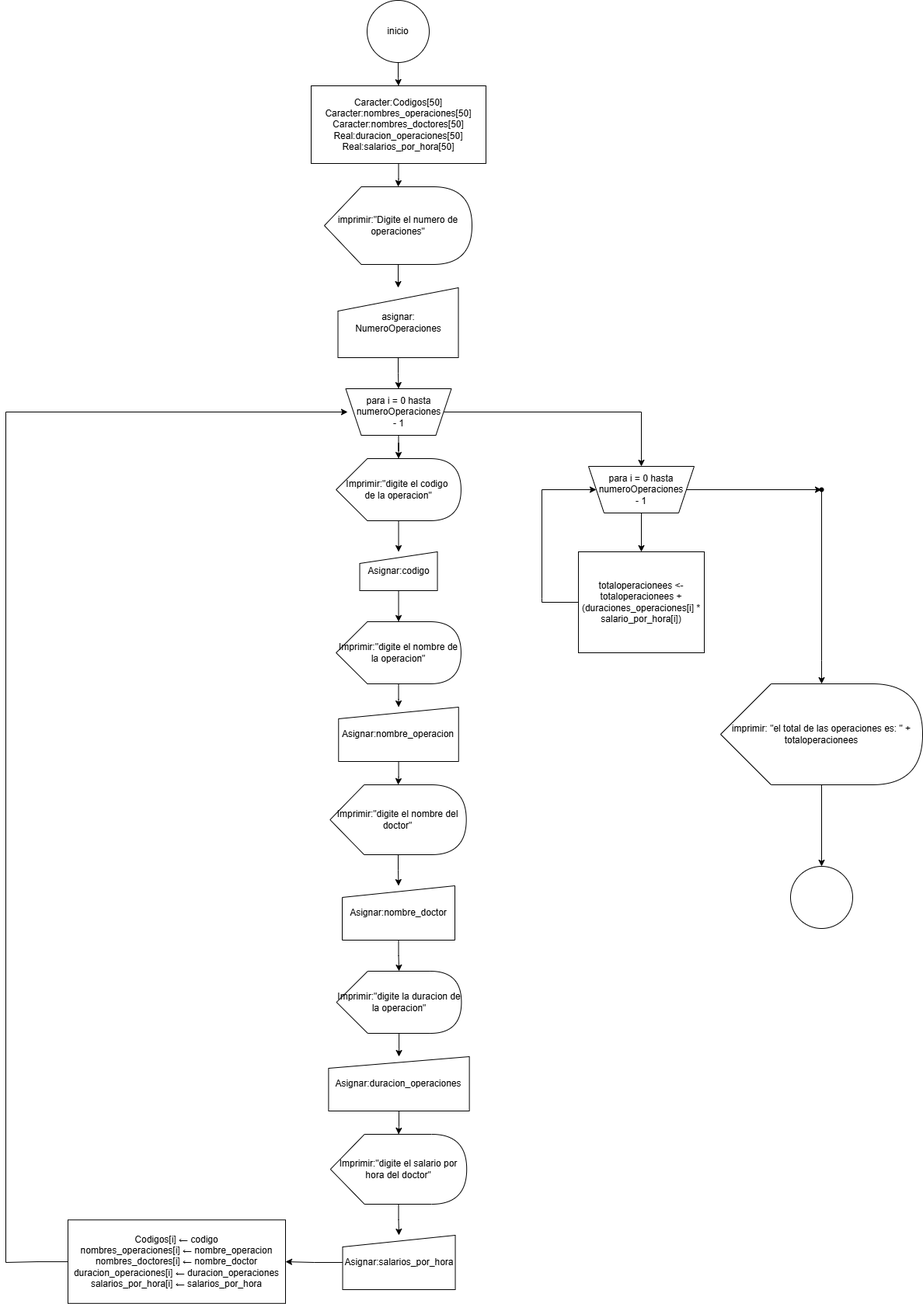
Above: Diagrama_diseño_software.drawio.png in ManuelFelipeMedina/desarollo_de_software (draw.io), before the change. Source tidied: cells renumbered, new cells last; positions are measured from the earlier drawing's top-left corner, leaving out a move shared by most shapes.
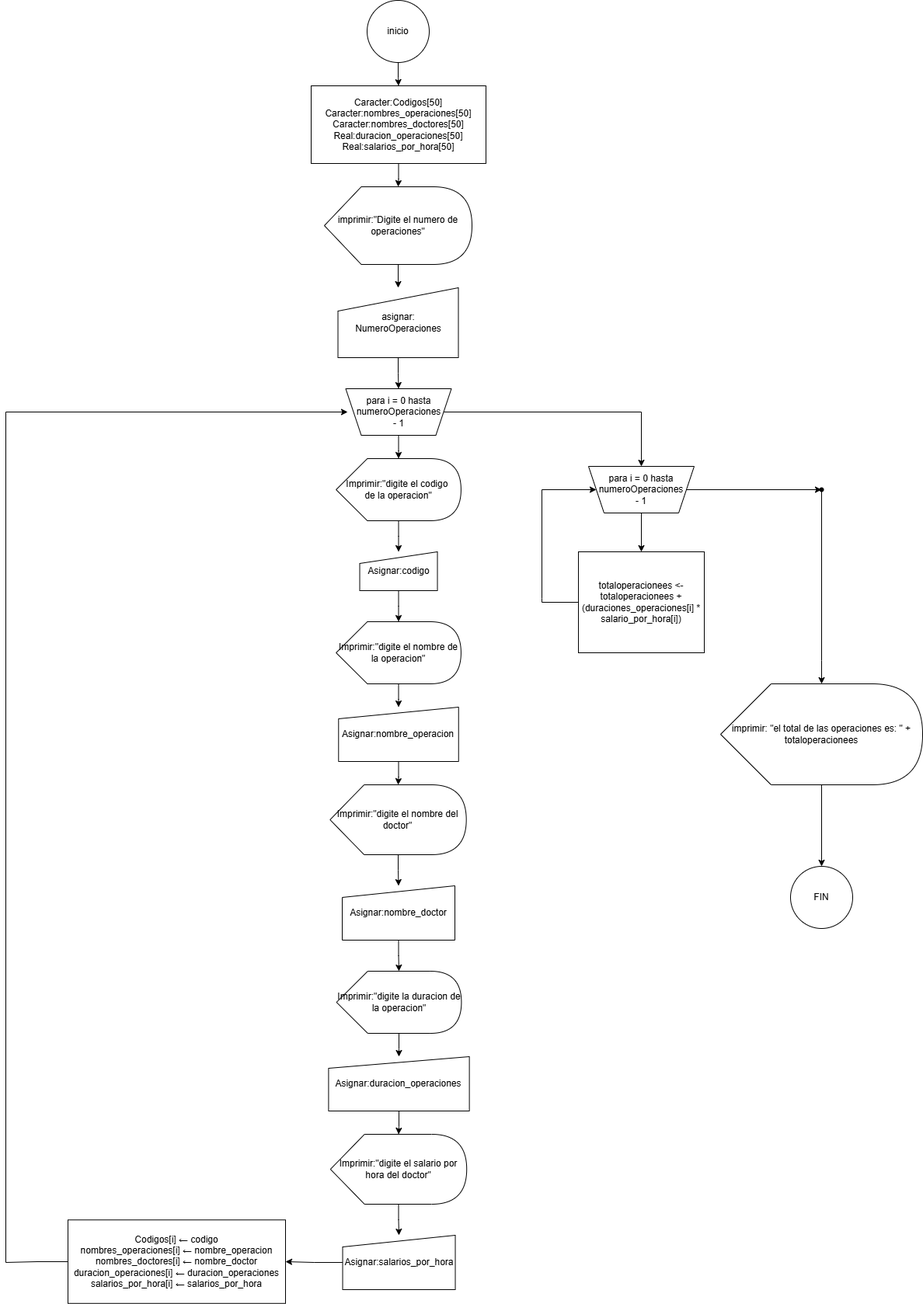
The same file after the commit.

Change to the diagram source:
```diff
@@ -179,7 +179,7 @@
         <mxPoint x="440" y="530" as="targetPoint" />
       </mxGeometry>
     </mxCell>
-    <mxCell id="52" style="ellipse;whiteSpace=wrap;html=1;" parent="1" vertex="1">
+    <mxCell id="52" value="FIN" style="ellipse;whiteSpace=wrap;html=1;" parent="1" vertex="1">
       <mxGeometry x="1010" y="1115" width="80" height="80" as="geometry" />
     </mxCell>
   </root>
```
